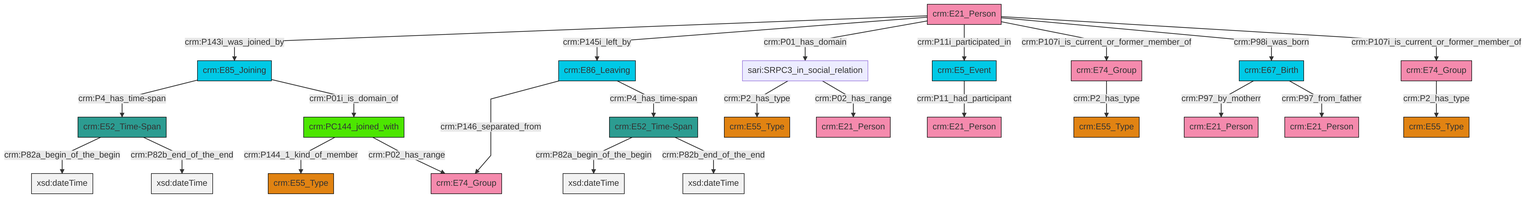
Above: et/personCSV/ttl/mmd/png/Person_Actor_Relations.png in swiss-art-research-net/docs.swissartresearch (Mermaid), before the change. Its source is kept beside it as et/personCSV/ttl/mmd/Person_Actor_Relations.ttl.mmd.
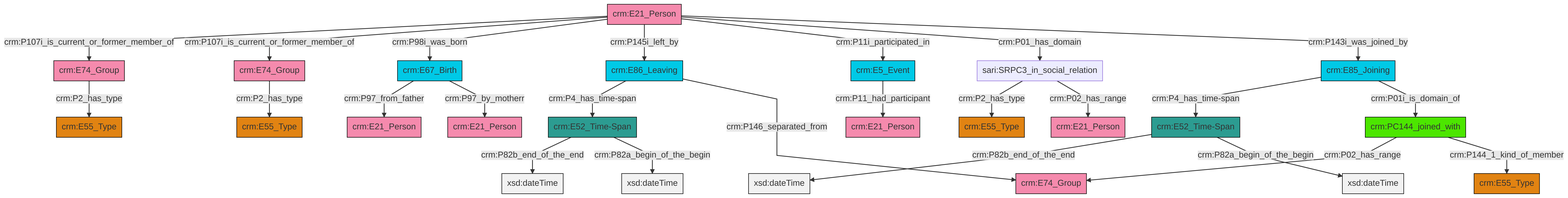
After the change.

What changed in the source:
```diff
@@ -13,27 +13,27 @@
 classDef PC_Classes fill:#4ce600, stroke:#000000;
 classDef Multi fill:#cccccc,stroke:#000000;
 
-2["crm:E21_Person"]:::Actor -->|crm:P143i_was_joined_by| 3["crm:E85_Joining"]:::Temporal_Entity
-12["crm:PC144_joined_with"]:::PC_Classes -->|crm:P144_1_kind_of_member| 13["crm:E55_Type"]:::Type
-3["crm:E85_Joining"]:::Temporal_Entity -->|crm:P4_has_time-span| 15["crm:E52_Time-Span"]:::Time-Span
-2["crm:E21_Person"]:::Actor -->|crm:P145i_left_by| 0["crm:E86_Leaving"]:::Temporal_Entity
-10["sari:SRPC3_in_social_relation"]:::Default -->|crm:P2_has_type| 18["crm:E55_Type"]:::Type
-0["crm:E86_Leaving"]:::Temporal_Entity -->|crm:P146_separated_from| 20["crm:E74_Group"]:::Actor
-2["crm:E21_Person"]:::Actor -->|crm:P01_has_domain| 10["sari:SRPC3_in_social_relation"]:::Default
-23["crm:E67_Birth"]:::Temporal_Entity -->|crm:P97_by_motherr| 24["crm:E21_Person"]:::Actor
-12["crm:PC144_joined_with"]:::PC_Classes -->|crm:P02_has_range| 20["crm:E74_Group"]:::Actor
-21["crm:E74_Group"]:::Actor -->|crm:P2_has_type| 4["crm:E55_Type"]:::Type
-2["crm:E21_Person"]:::Actor -->|crm:P11i_participated_in| 25["crm:E5_Event"]:::Temporal_Entity
-28["crm:E52_Time-Span"]:::Time-Span -->|crm:P82a_begin_of_the_begin| 29[xsd:dateTime]:::Literal
-23["crm:E67_Birth"]:::Temporal_Entity -->|crm:P97_from_father| 6["crm:E21_Person"]:::Actor
-34["crm:E74_Group"]:::Actor -->|crm:P2_has_type| 31["crm:E55_Type"]:::Type
-28["crm:E52_Time-Span"]:::Time-Span -->|crm:P82b_end_of_the_end| 35[xsd:dateTime]:::Literal
-25["crm:E5_Event"]:::Temporal_Entity -->|crm:P11_had_participant| 8["crm:E21_Person"]:::Actor
-2["crm:E21_Person"]:::Actor -->|crm:P107i_is_current_or_former_member_of| 34["crm:E74_Group"]:::Actor
-0["crm:E86_Leaving"]:::Temporal_Entity -->|crm:P4_has_time-span| 28["crm:E52_Time-Span"]:::Time-Span
-15["crm:E52_Time-Span"]:::Time-Span -->|crm:P82a_begin_of_the_begin| 38[xsd:dateTime]:::Literal
-10["sari:SRPC3_in_social_relation"]:::Default -->|crm:P02_has_range| 16["crm:E21_Person"]:::Actor
-2["crm:E21_Person"]:::Actor -->|crm:P98i_was_born| 23["crm:E67_Birth"]:::Temporal_Entity
-15["crm:E52_Time-Span"]:::Time-Span -->|crm:P82b_end_of_the_end| 41[xsd:dateTime]:::Literal
-3["crm:E85_Joining"]:::Temporal_Entity -->|crm:P01i_is_domain_of| 12["crm:PC144_joined_with"]:::PC_Classes
-2["crm:E21_Person"]:::Actor -->|crm:P107i_is_current_or_former_member_of| 21["crm:E74_Group"]:::Actor
+0["crm:E52_Time-Span"]:::Time-Span -->|crm:P82b_end_of_the_end| 2[xsd:dateTime]:::Literal
+3["crm:E85_Joining"]:::Temporal_Entity -->|crm:P4_has_time-span| 4["crm:E52_Time-Span"]:::Time-Span
+5["sari:SRPC3_in_social_relation"]:::Default -->|crm:P2_has_type| 6["crm:E55_Type"]:::Type
+7["crm:E5_Event"]:::Temporal_Entity -->|crm:P11_had_participant| 8["crm:E21_Person"]:::Actor
+16["crm:E86_Leaving"]:::Temporal_Entity -->|crm:P4_has_time-span| 0["crm:E52_Time-Span"]:::Time-Span
+17["crm:PC144_joined_with"]:::PC_Classes -->|crm:P02_has_range| 9["crm:E74_Group"]:::Actor
+4["crm:E52_Time-Span"]:::Time-Span -->|crm:P82b_end_of_the_end| 19[xsd:dateTime]:::Literal
+22["crm:E67_Birth"]:::Temporal_Entity -->|crm:P97_from_father| 28["crm:E21_Person"]:::Actor
+0["crm:E52_Time-Span"]:::Time-Span -->|crm:P82a_begin_of_the_begin| 32[xsd:dateTime]:::Literal
+22["crm:E67_Birth"]:::Temporal_Entity -->|crm:P97_by_motherr| 24["crm:E21_Person"]:::Actor
+3["crm:E85_Joining"]:::Temporal_Entity -->|crm:P01i_is_domain_of| 17["crm:PC144_joined_with"]:::PC_Classes
+33["crm:E21_Person"]:::Actor -->|crm:P107i_is_current_or_former_member_of| 14["crm:E74_Group"]:::Actor
+4["crm:E52_Time-Span"]:::Time-Span -->|crm:P82a_begin_of_the_begin| 37[xsd:dateTime]:::Literal
+33["crm:E21_Person"]:::Actor -->|crm:P107i_is_current_or_former_member_of| 11["crm:E74_Group"]:::Actor
+16["crm:E86_Leaving"]:::Temporal_Entity -->|crm:P146_separated_from| 9["crm:E74_Group"]:::Actor
+33["crm:E21_Person"]:::Actor -->|crm:P98i_was_born| 22["crm:E67_Birth"]:::Temporal_Entity
+33["crm:E21_Person"]:::Actor -->|crm:P145i_left_by| 16["crm:E86_Leaving"]:::Temporal_Entity
+14["crm:E74_Group"]:::Actor -->|crm:P2_has_type| 30["crm:E55_Type"]:::Type
+33["crm:E21_Person"]:::Actor -->|crm:P11i_participated_in| 7["crm:E5_Event"]:::Temporal_Entity
+11["crm:E74_Group"]:::Actor -->|crm:P2_has_type| 20["crm:E55_Type"]:::Type
+17["crm:PC144_joined_with"]:::PC_Classes -->|crm:P144_1_kind_of_member| 40["crm:E55_Type"]:::Type
+33["crm:E21_Person"]:::Actor -->|crm:P01_has_domain| 5["sari:SRPC3_in_social_relation"]:::Default
+33["crm:E21_Person"]:::Actor -->|crm:P143i_was_joined_by| 3["crm:E85_Joining"]:::Temporal_Entity
+5["sari:SRPC3_in_social_relation"]:::Default -->|crm:P02_has_range| 26["crm:E21_Person"]:::Actor
```
